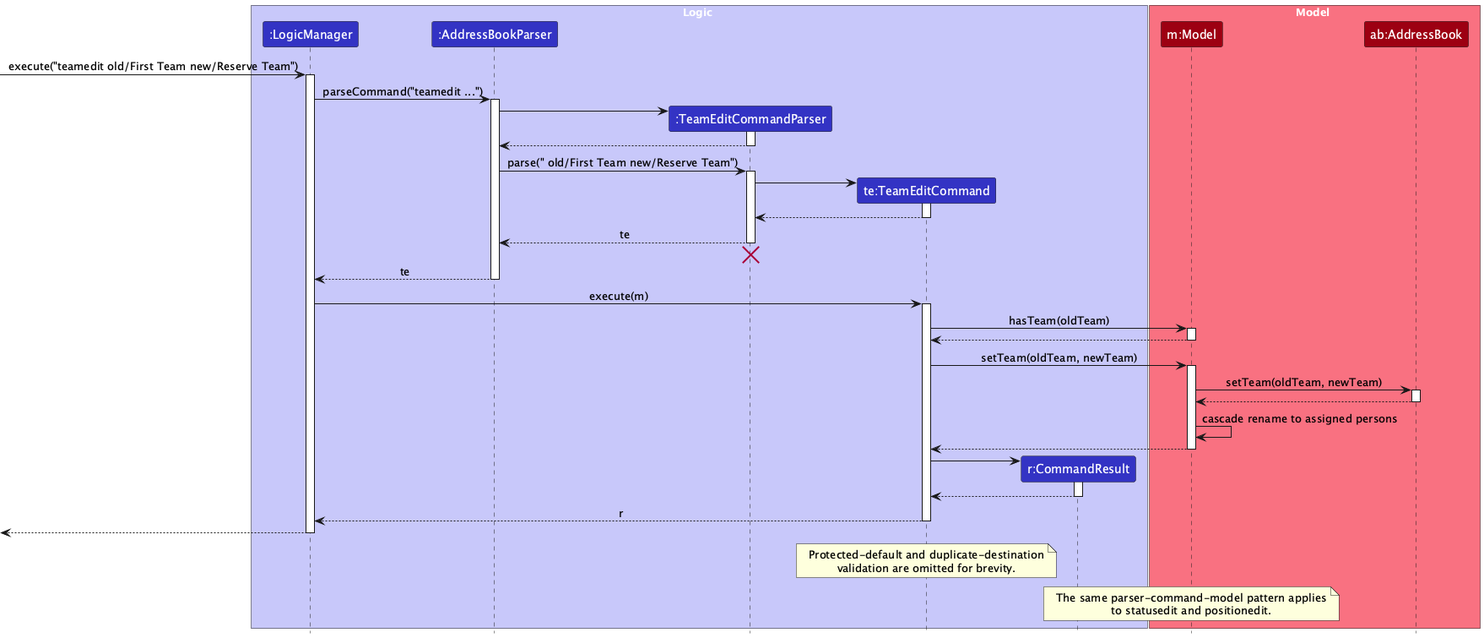
This is docs/images/AttributeEditSequenceDiagram.png from AY2526S2-CS2103-F08-2/tp, a PlantUML export, as it was before one commit.
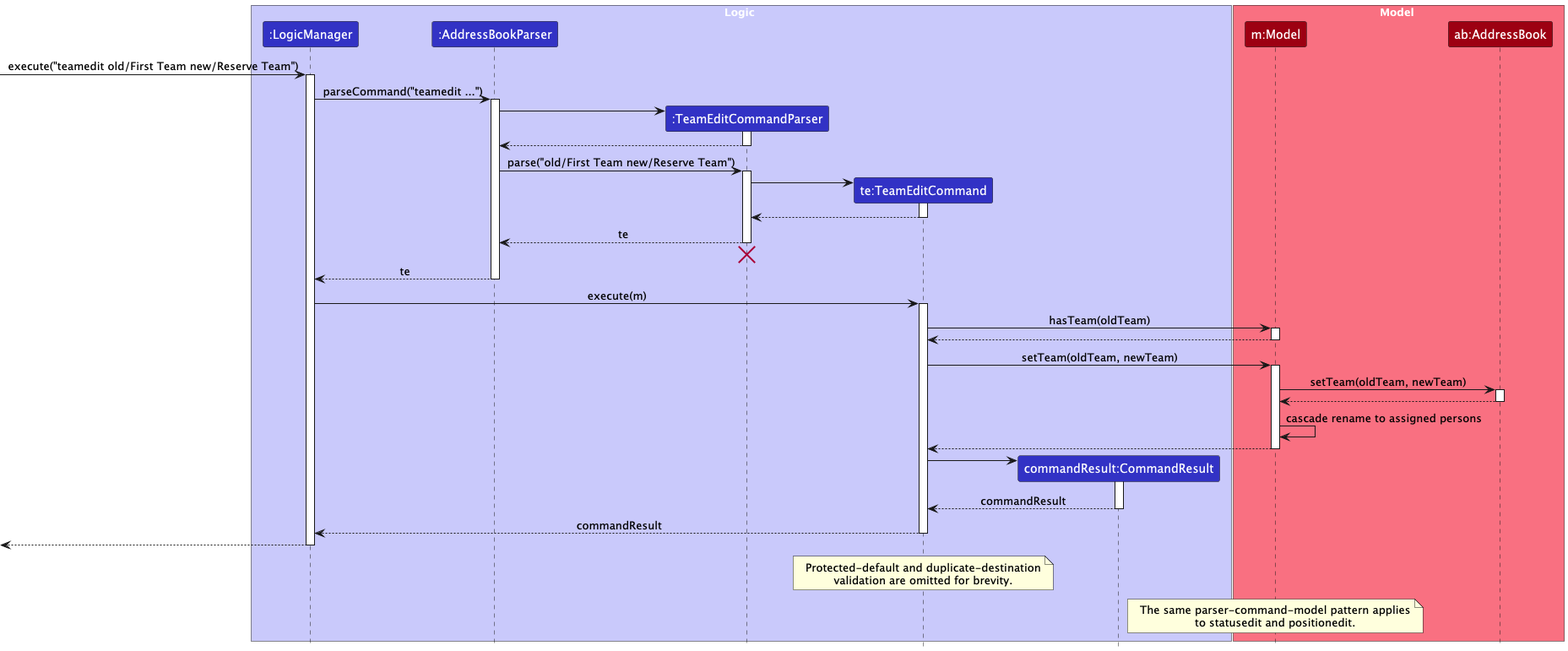
The same diagram one commit later.

The edit, as a diff of the source:
```diff
@@ -7,7 +7,7 @@
 participant ":AddressBookParser" as AddressBookParser LOGIC_COLOR
 participant ":TeamEditCommandParser" as TeamEditCommandParser LOGIC_COLOR
 participant "te:TeamEditCommand" as TeamEditCommand LOGIC_COLOR
-participant "r:CommandResult" as CommandResult LOGIC_COLOR
+participant "commandResult:CommandResult" as CommandResult LOGIC_COLOR
 end box
 
 box Model MODEL_COLOR_T1
@@ -28,7 +28,7 @@
 TeamEditCommandParser --> AddressBookParser
 deactivate TeamEditCommandParser
 
-AddressBookParser -> TeamEditCommandParser : parse(" old/First Team new/Reserve Team")
+AddressBookParser -> TeamEditCommandParser : parse("old/First Team new/Reserve Team")
 activate TeamEditCommandParser
 
 create TeamEditCommand
@@ -68,10 +68,10 @@
 create CommandResult
 TeamEditCommand -> CommandResult
 activate CommandResult
-CommandResult --> TeamEditCommand
+CommandResult --> TeamEditCommand : commandResult
 deactivate CommandResult
 
-TeamEditCommand --> LogicManager : r
+TeamEditCommand --> LogicManager : commandResult
 deactivate TeamEditCommand
 
 [<-- LogicManager
```
